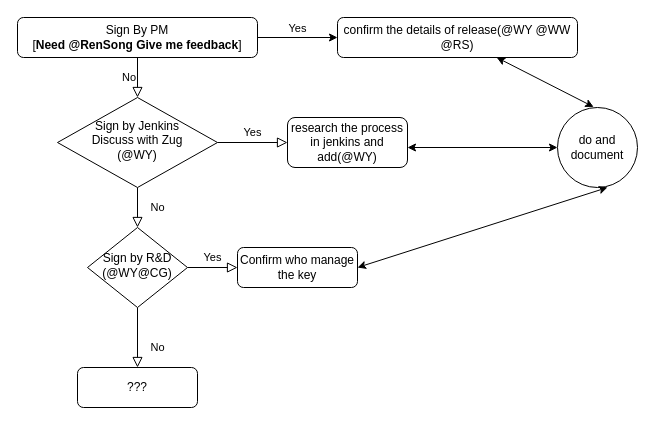
Above: Untitled Diagram.drawio in iamxmm/project2 (draw.io), before the change. Source tidied: cells renumbered, new cells numbered last; positions are measured from the earlier drawing's top-left corner, leaving out a move shared by most shapes. Both pictures are drawn from the tidied source at 100%, with x=0, y=0 at pixel (17, 17).
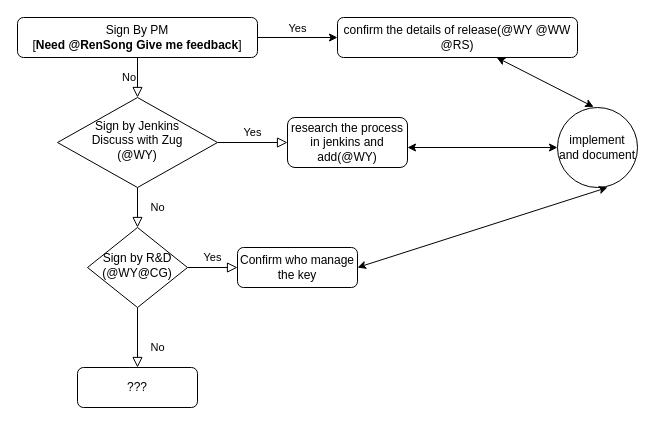
The same diagram, later.

Diff of the diagram source:
```diff
@@
-    <mxCell id="15" value="do and document" style="ellipse;whiteSpace=wrap;html=1;" parent="1" vertex="1">
+    <mxCell id="15" value="implement and document" style="ellipse;whiteSpace=wrap;html=1;" parent="1" vertex="1">
       <mxGeometry x="540" y="90" width="80" height="80" as="geometry" />
     </mxCell>
```
